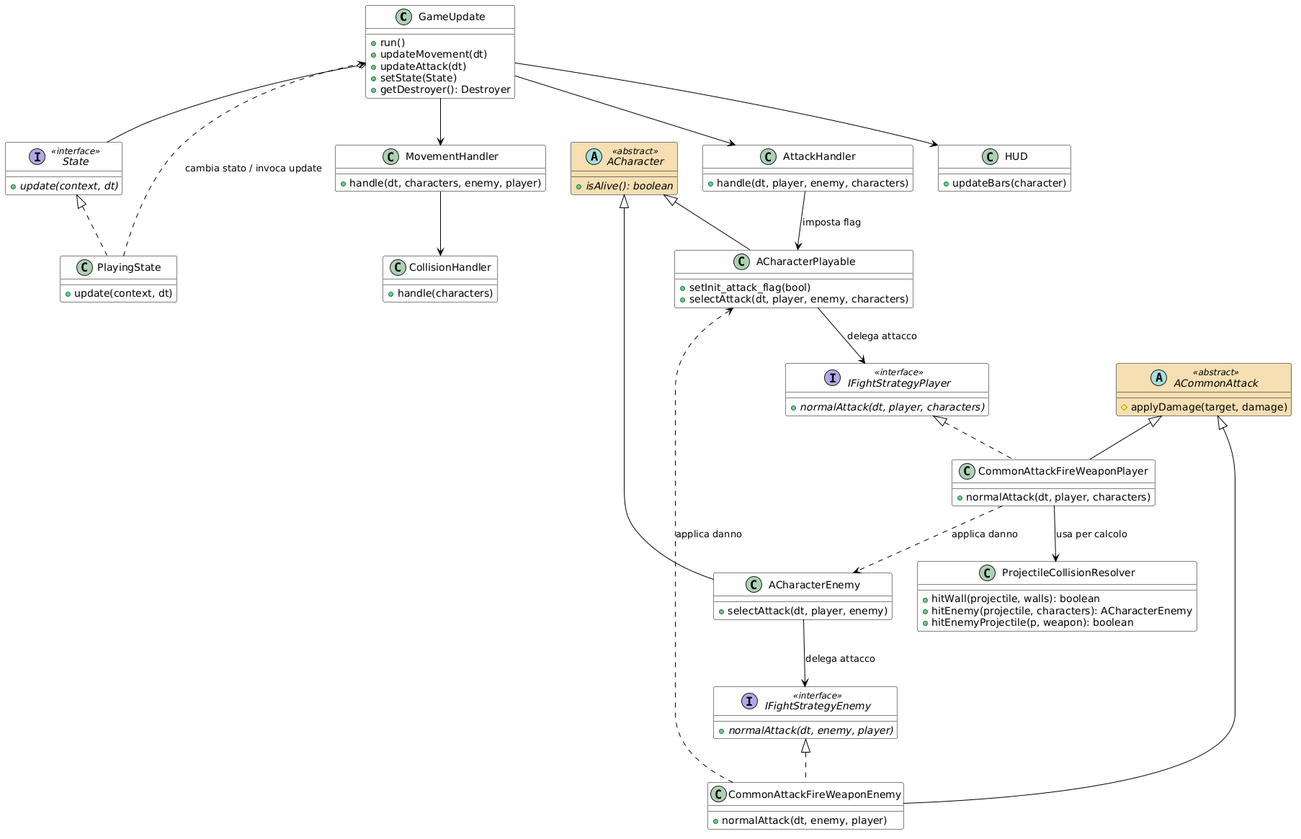
Above: LaTeX/ClassDiag.png in GHManu/Game2.0 (PlantUML), before the change.
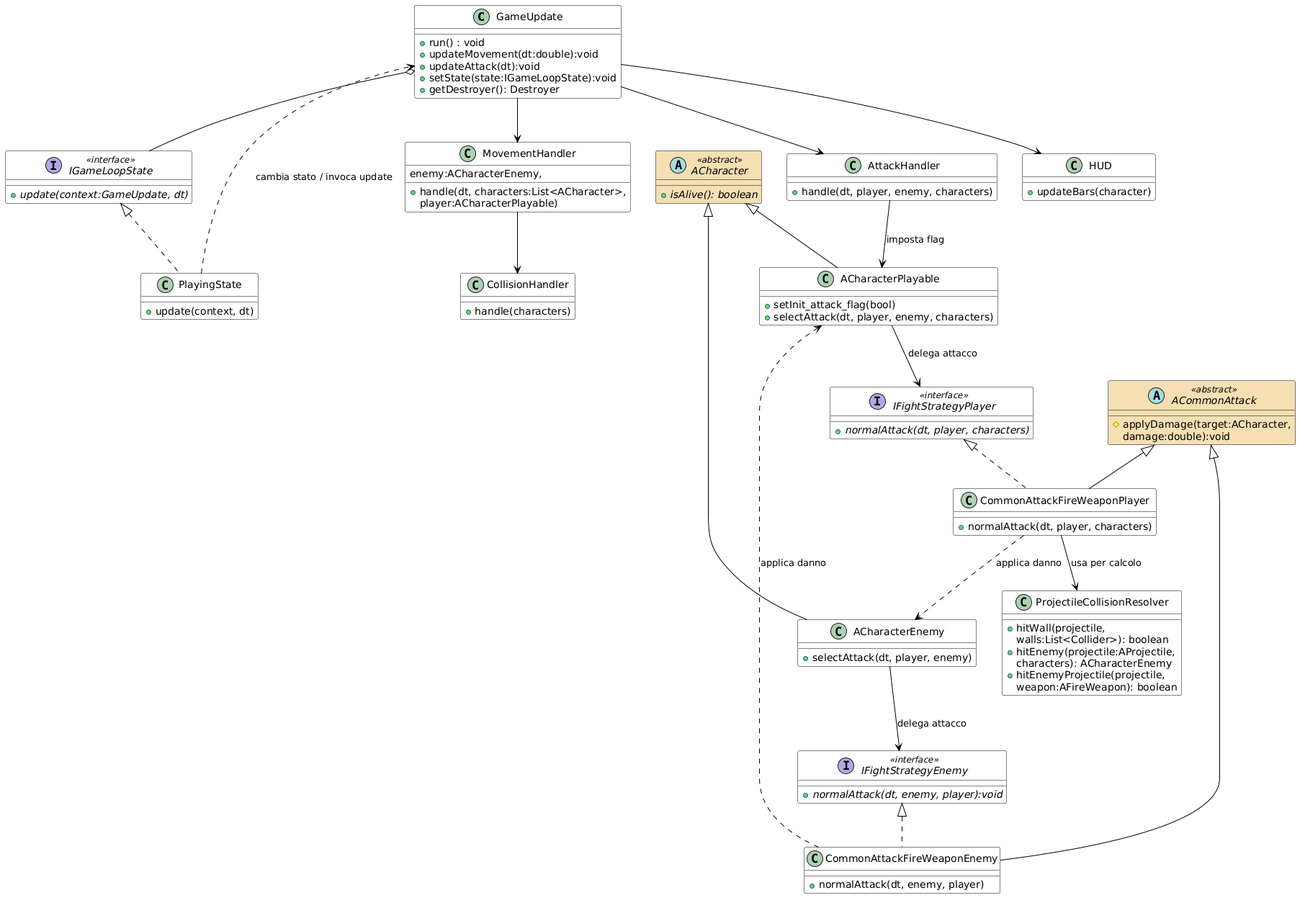
After the change.

The edit, as a diff of the source:
```diff
@@ -10,15 +10,15 @@
 
 
 class GameUpdate {
-    +run()
-    +updateMovement(dt)
-    +updateAttack(dt)
-    +setState(State)
+    +run() : void
+    +updateMovement(dt:double):void
+    +updateAttack(dt):void
+    +setState(state:IGameLoopState):void
     +getDestroyer(): Destroyer
 }
 
-interface State <<interface>> {
-    {abstract} +update(context, dt)
+interface IGameLoopState <<interface>> {
+    {abstract} +update(context:GameUpdate, dt)
 }
 
 class PlayingState {
@@ -27,7 +27,9 @@
 
 
 class MovementHandler {
-    +handle(dt, characters, enemy, player)
+    +handle(dt, characters:List<ACharacter>,
+    enemy:ACharacterEnemy,
+    player:ACharacterPlayable)
 }
 
 class CollisionHandler {
@@ -58,11 +60,12 @@
 }
 
 interface IFightStrategyEnemy <<interface>> {
-    {abstract} +normalAttack(dt, enemy, player)
+    {abstract} +normalAttack(dt, enemy, player):void
 }
 
 abstract class ACommonAttack <<abstract>> {
-    #applyDamage(target, damage)
+    #applyDamage(target:ACharacter,
+    damage:double):void
 }
 
 class CommonAttackFireWeaponPlayer {
@@ -75,9 +78,12 @@
 
 
 class ProjectileCollisionResolver {
-    +hitWall(projectile, walls): boolean
-    +hitEnemy(projectile, characters): ACharacterEnemy
-    +hitEnemyProjectile(p, weapon): boolean
+    +hitWall(projectile,
+    walls:List<Collider>): boolean
+    +hitEnemy(projectile:AProjectile,
+    characters): ACharacterEnemy
+    +hitEnemyProjectile(projectile,
+    weapon:AFireWeapon): boolean
 }
 
 class HUD {
@@ -85,7 +91,7 @@
 }
 
 
-State <|.. PlayingState
+IGameLoopState <|.. PlayingState
 ACharacter <|-- ACharacterPlayable
 ACharacter <|-- ACharacterEnemy
 
@@ -94,7 +100,7 @@
 IFightStrategyPlayer <|.. CommonAttackFireWeaponPlayer
 IFightStrategyEnemy <|.. CommonAttackFireWeaponEnemy
 
-GameUpdate o-- State
+GameUpdate o-- IGameLoopState
 GameUpdate --> MovementHandler
 GameUpdate --> AttackHandler
 GameUpdate --> HUD
```
